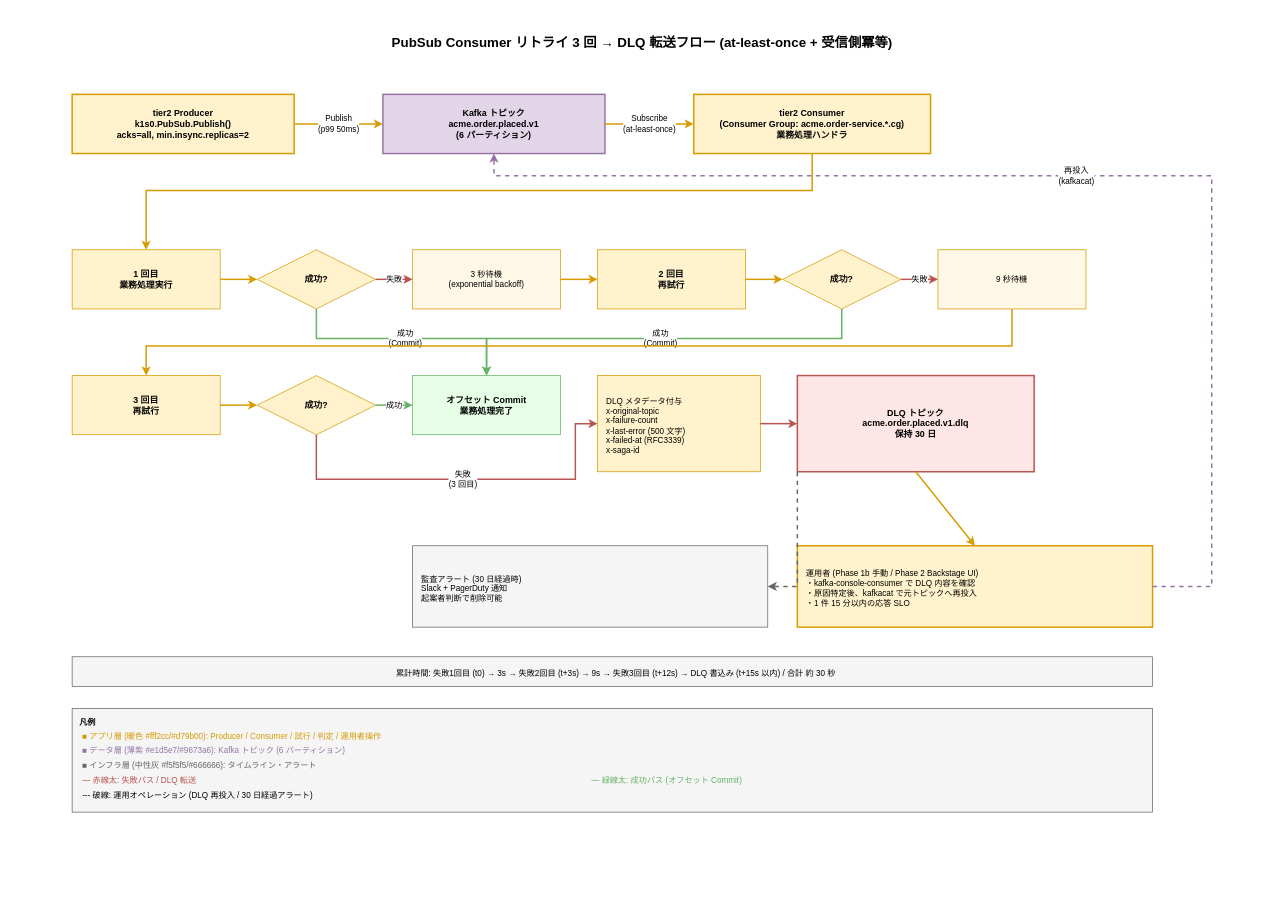
Before: docs/04_概要設計/40_制御方式設計/img/pubsub_dlq_retry_flow.drawio in RyuheiKiso/k1s0, a draw.io diagram. Source tidied: cells renumbered, new cells numbered last; positions are measured from the earlier drawing's top-left corner, leaving out a move shared by most shapes. Both pictures are drawn from the tidied source at 74%, with x=0, y=0 at pixel (13, 13).
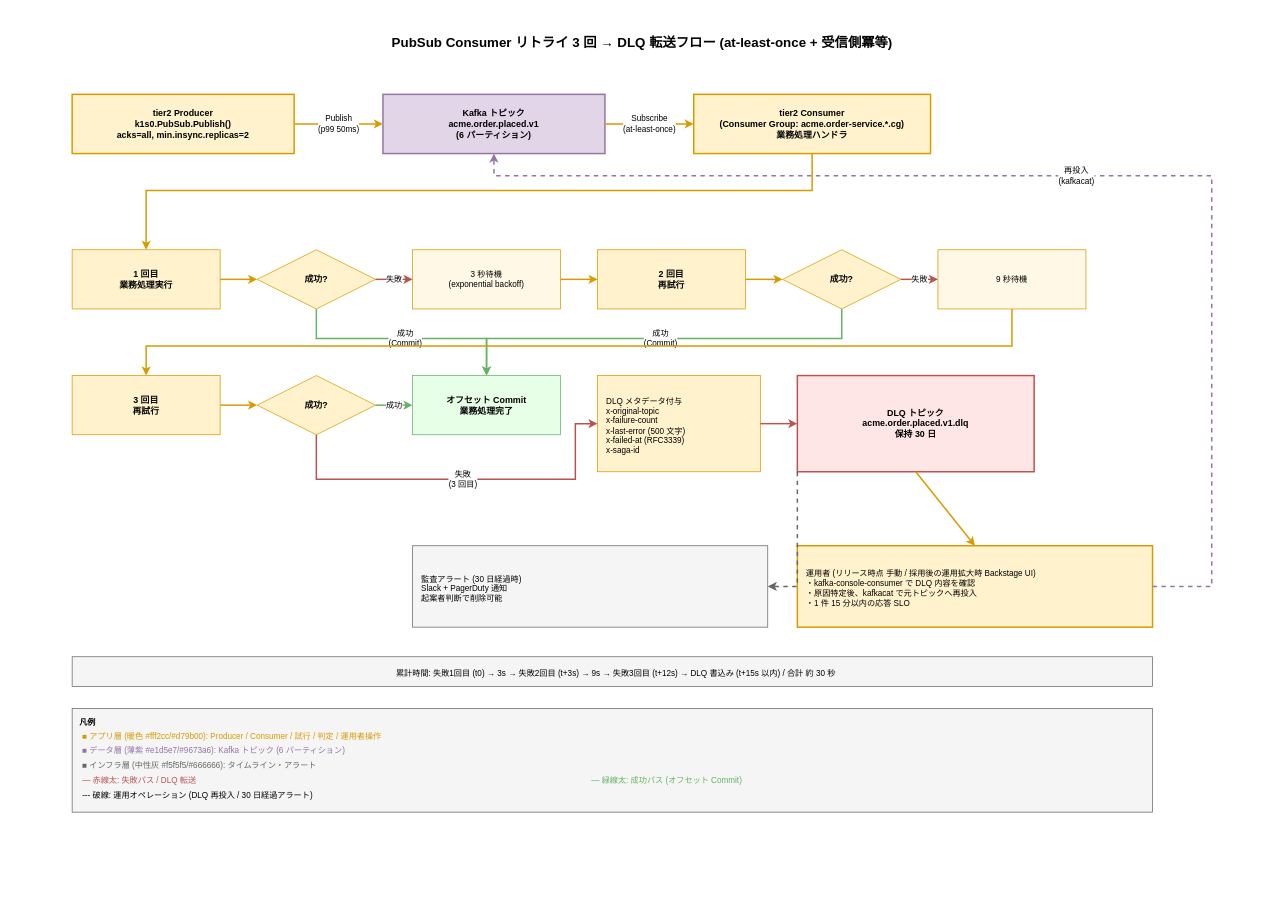
The same page after the edit.

Change to the diagram source:
```diff
@@
-    <mxCell id="18" value="運用者 (Phase 1b 手動 / Phase 2 Backstage UI)&#10;・kafka-console-consumer で DLQ 内容を確認&#10;・原因特定後、kafkacat で元トピックへ再投入&#10;・1 件 15 分以内の応答 SLO" style="rounded=0;whiteSpace=wrap;html=1;fillColor=#fff2cc;strokeColor=#d79b00;fontSize=11;fontColor=#000000;align=left;spacingLeft=10;spacingTop=6;strokeWidth=2;" parent="1" vertex="1">
+    <mxCell id="18" value="運用者 (リリース時点 手動 / 採用後の運用拡大時 Backstage UI)&#10;・kafka-console-consumer で DLQ 内容を確認&#10;・原因特定後、kafkacat で元トピックへ再投入&#10;・1 件 15 分以内の応答 SLO" style="rounded=0;whiteSpace=wrap;html=1;fillColor=#fff2cc;strokeColor=#d79b00;fontSize=11;fontColor=#000000;align=left;spacingLeft=10;spacingTop=6;strokeWidth=2;" parent="1" vertex="1">
       <mxGeometry x="1060" y="720" width="480" height="110" as="geometry" />
     </mxCell>
```
